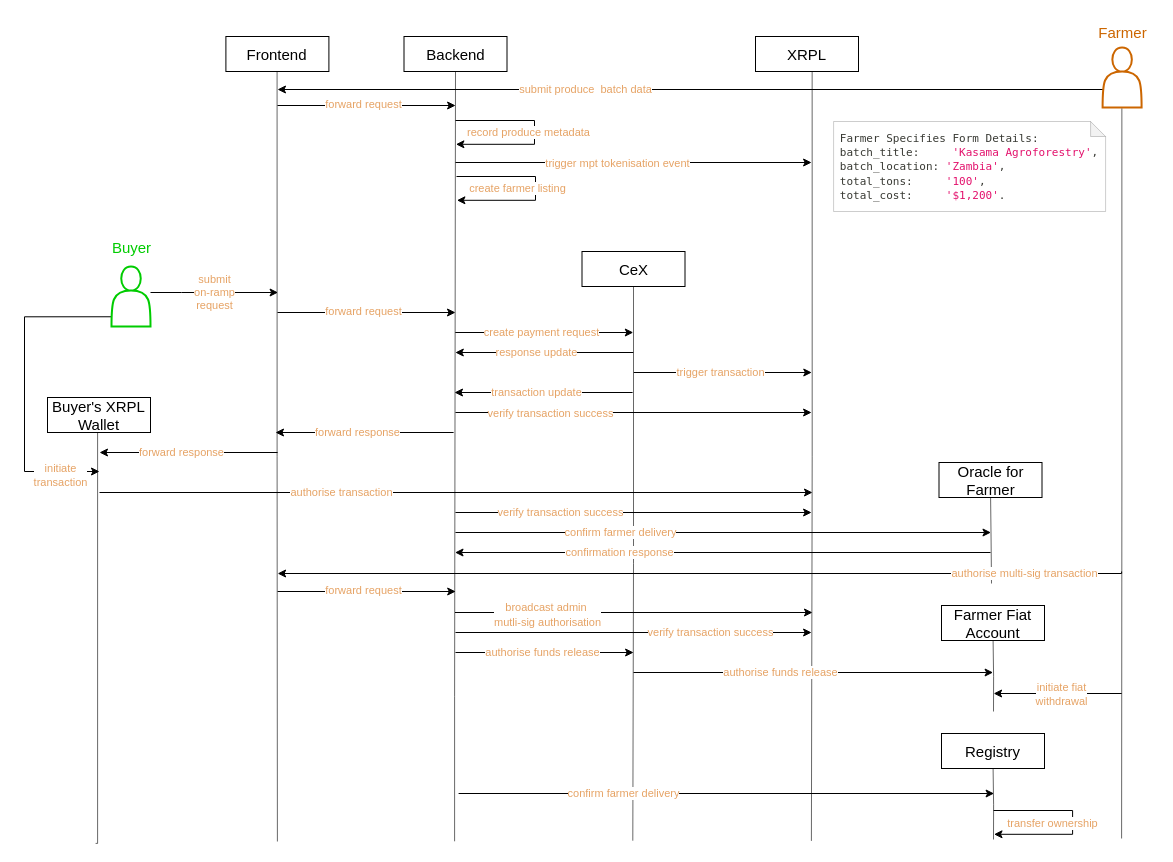
Before: page "buyer" (4 of 6) of astra.drawio in yimikaerinle/blockchainWallets, a draw.io diagram. Source tidied: cells renumbered, new cells numbered last; positions are measured from the earlier drawing's top-left corner, leaving out a move shared by most shapes. Both pictures are drawn from the tidied source at 100%, with x=0, y=0 at pixel (24, 17).
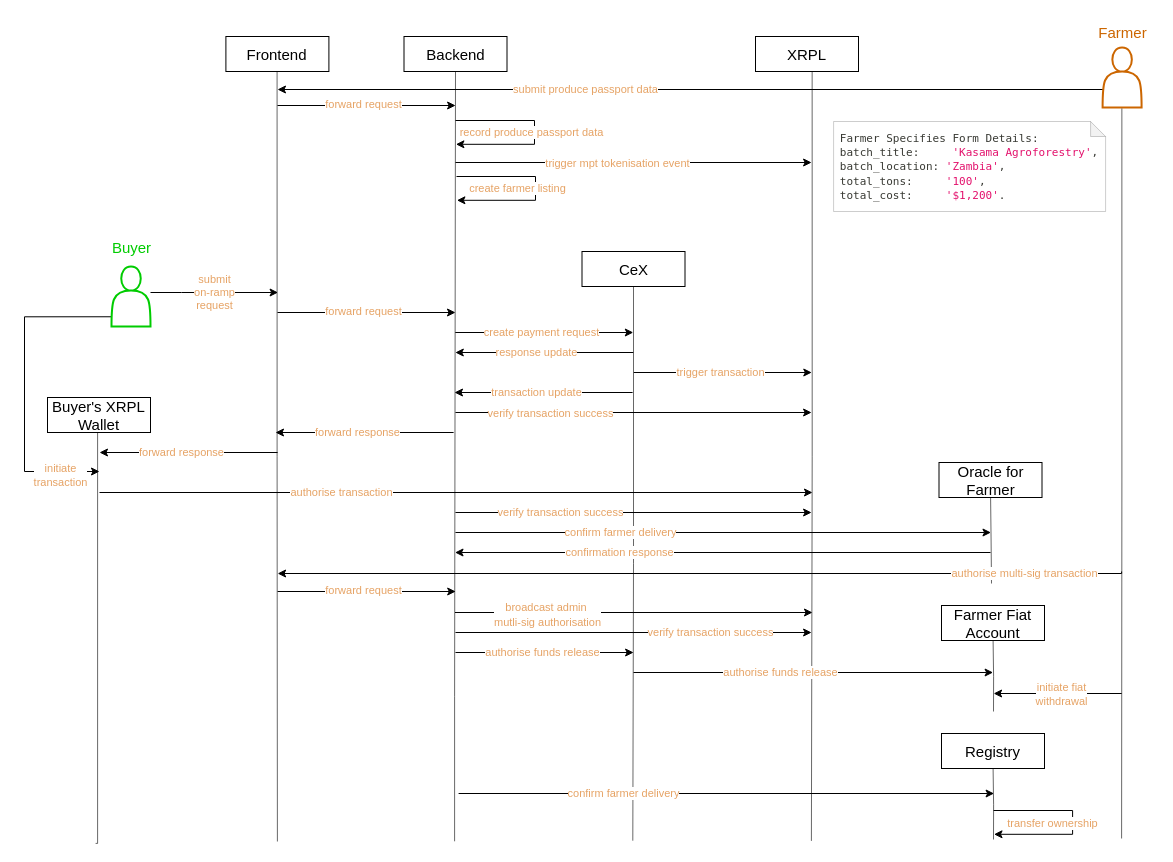
Above is the later version.

Unchanged cells that the change refers to:
```xml
<mxCell id="54" style="edgeStyle=orthogonalEdgeStyle;rounded=0;jettySize=auto;html=1;entryX=0.104;entryY=0.667;entryDx=0;entryDy=0;entryPerimeter=0;startArrow=classic;startFill=1;endArrow=none;endFill=0;" parent="1" edge="1" target="67">
  <mxGeometry relative="1" as="geometry">
    <mxPoint x="253" y="72" as="sourcePoint" />
    <Array as="points">
      <mxPoint x="1082.1" y="72" />
    </Array>
  </mxGeometry>
</mxCell>
<mxCell id="56" style="edgeStyle=orthogonalEdgeStyle;rounded=0;orthogonalLoop=1;jettySize=auto;html=1;entryX=1.003;entryY=0.56;entryDx=0;entryDy=0;entryPerimeter=0;" parent="1" edge="1">
  <mxGeometry relative="1" as="geometry">
    <mxPoint x="431" y="103" as="sourcePoint" />
    <mxPoint x="431.4" y="126.8" as="targetPoint" />
    <Array as="points">
      <mxPoint x="510" y="103" />
      <mxPoint x="510" y="127" />
    </Array>
  </mxGeometry>
</mxCell>
```

The edit, as a diff of the source:
```diff
@@
-    <mxCell id="55" value="submit produce&amp;nbsp;&amp;nbsp;&lt;span style=&quot;background-color: light-dark(#ffffff, var(--ge-dark-color, #121212));&quot;&gt;batch data&lt;/span&gt;" style="edgeLabel;html=1;align=center;verticalAlign=middle;fontColor=#E6A365;" parent="54" vertex="1">
+    <mxCell id="55" value="submit produce passport data" style="edgeLabel;html=1;align=center;verticalAlign=middle;fontColor=#E6A365;" parent="54" vertex="1">
       <mxGeometry x="-0.33" y="1" relative="1" as="geometry">
         <mxPoint x="29" as="offset" />
       </mxGeometry>
     </mxCell>
@@
-    <mxCell id="57" value="record produce metadata" style="edgeLabel;html=1;align=center;verticalAlign=middle;fontColor=#E6A365;" parent="56" vertex="1">
+    <mxCell id="57" value="record produce passport data" style="edgeLabel;html=1;align=center;verticalAlign=middle;fontColor=#E6A365;" parent="56" vertex="1">
       <mxGeometry x="-0.33" y="1" relative="1" as="geometry">
-        <mxPoint x="11" y="12" as="offset" />
+        <mxPoint x="14" y="12" as="offset" />
       </mxGeometry>
     </mxCell>
```
